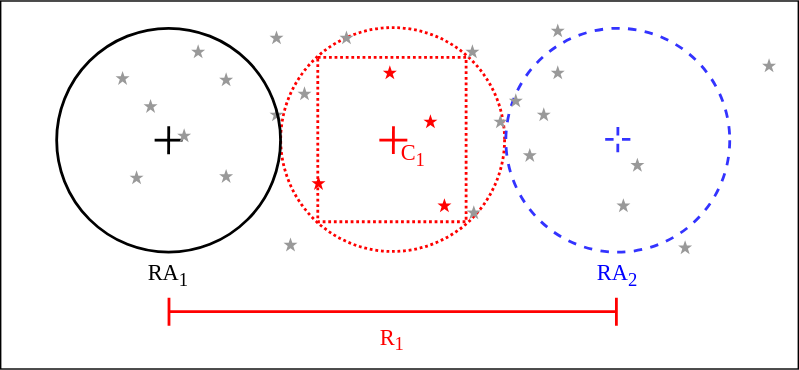
This is docs/diagrams/vlass_6b.svg from COSMIC-SETI/cosmic-vla-automator, a draw.io export, as it was before one commit. Source tidied: cells renumbered, new cells last; positions are measured from the earlier drawing's top-left corner, leaving out a move shared by most shapes. The source it was exported from:
```xml
<mxGraphModel>
  <root>
    <mxCell id="0" />
    <mxCell id="1" parent="0" />
    <mxCell id="2" style="rounded=0;whiteSpace=wrap;html=1;" parent="1" vertex="1">
      <mxGeometry width="570" height="263" as="geometry" />
    </mxCell>
    <mxCell id="3" style="rounded=0;whiteSpace=wrap;html=1;strokeColor=#FF0000;strokeWidth=2;fontColor=#FF8000;fillColor=none;dashed=1;dashPattern=1 1;" parent="1" vertex="1">
      <mxGeometry x="226.6" y="40.2" width="106" height="117.5" as="geometry" />
    </mxCell>
    <mxCell id="4" style="ellipse;whiteSpace=wrap;html=1;fillColor=none;strokeColor=#FF0000;strokeWidth=2;dashed=1;dashPattern=1 1;" parent="1" vertex="1">
      <mxGeometry x="200.1" y="19" width="160" height="160" as="geometry" />
    </mxCell>
    <mxCell id="5" style="dashed=0;verticalLabelPosition=bottom;verticalAlign=top;align=center;shape=mxgraph.gmdl.star;strokeColor=none;fillColor=#FF0000;shadow=0;sketch=0;dashPattern=1 1;strokeWidth=2;fontFamily=Garamond;fontSize=16;fontColor=#FF0000;" parent="1" vertex="1">
      <mxGeometry x="312.1" y="141" width="10" height="10" as="geometry" />
    </mxCell>
    <mxCell id="6" style="ellipse;whiteSpace=wrap;html=1;fillColor=none;strokeWidth=2;dashed=1;strokeColor=#3333FF;" parent="1" vertex="1">
      <mxGeometry x="361" y="19.5" width="160" height="160" as="geometry" />
    </mxCell>
    <mxCell id="7" style="endArrow=none;html=1;rounded=0;strokeColor=#000000;strokeWidth=2;fontFamily=Garamond;fontSize=12;fontColor=#000000;endSize=3;exitX=0.188;exitY=0.438;exitDx=0;exitDy=0;exitPerimeter=0;" parent="1" edge="1">
      <mxGeometry relative="1" as="geometry">
        <mxPoint x="120.1" y="89.5" as="sourcePoint" />
        <mxPoint x="120" y="109.5" as="targetPoint" />
      </mxGeometry>
    </mxCell>
    <mxCell id="8" style="endArrow=none;html=1;rounded=0;strokeColor=#000000;strokeWidth=2;fontFamily=Garamond;fontSize=12;fontColor=#000000;endSize=3;exitX=0.375;exitY=0.625;exitDx=0;exitDy=0;exitPerimeter=0;" parent="1" edge="1">
      <mxGeometry relative="1" as="geometry">
        <mxPoint x="130" y="99.5" as="sourcePoint" />
        <mxPoint x="110" y="99.5" as="targetPoint" />
      </mxGeometry>
    </mxCell>
    <mxCell id="9" style="endArrow=none;html=1;rounded=0;strokeColor=#3333FF;strokeWidth=2;fontFamily=Garamond;fontSize=12;fontColor=#000000;endSize=3;exitX=0.188;exitY=0.438;exitDx=0;exitDy=0;exitPerimeter=0;dashed=1;" parent="1" edge="1">
      <mxGeometry relative="1" as="geometry">
        <mxPoint x="441.1" y="90" as="sourcePoint" />
        <mxPoint x="441" y="110" as="targetPoint" />
      </mxGeometry>
    </mxCell>
    <mxCell id="10" style="endArrow=none;html=1;rounded=0;strokeColor=#3333FF;strokeWidth=2;fontFamily=Garamond;fontSize=12;fontColor=#000000;endSize=3;exitX=0.375;exitY=0.625;exitDx=0;exitDy=0;exitPerimeter=0;dashed=1;" parent="1" edge="1">
      <mxGeometry relative="1" as="geometry">
        <mxPoint x="450" y="99" as="sourcePoint" />
        <mxPoint x="430" y="99" as="targetPoint" />
      </mxGeometry>
    </mxCell>
    <mxCell id="11" style="dashed=0;verticalLabelPosition=bottom;verticalAlign=top;align=center;shape=mxgraph.gmdl.star;strokeColor=none;fillColor=#FF0000;shadow=0;sketch=0;dashPattern=1 1;strokeWidth=2;fontFamily=Garamond;fontSize=16;fontColor=#FF0000;" parent="1" vertex="1">
      <mxGeometry x="302.1" y="81" width="10" height="10" as="geometry" />
    </mxCell>
    <mxCell id="12" style="dashed=0;verticalLabelPosition=bottom;verticalAlign=top;align=center;shape=mxgraph.gmdl.star;strokeColor=none;fillColor=#999999;shadow=0;sketch=0;dashPattern=1 1;strokeWidth=2;fontFamily=Garamond;fontSize=16;fontColor=#FF0000;" parent="1" vertex="1">
      <mxGeometry x="212.1" y="61" width="10" height="10" as="geometry" />
    </mxCell>
    <mxCell id="13" style="dashed=0;verticalLabelPosition=bottom;verticalAlign=top;align=center;shape=mxgraph.gmdl.star;strokeColor=none;fillColor=#999999;shadow=0;sketch=0;dashPattern=1 1;strokeWidth=2;fontFamily=Garamond;fontSize=16;fontColor=#FF0000;" parent="1" vertex="1">
      <mxGeometry x="156.1" y="51" width="10" height="10" as="geometry" />
    </mxCell>
    <mxCell id="14" style="dashed=0;verticalLabelPosition=bottom;verticalAlign=top;align=center;shape=mxgraph.gmdl.star;strokeColor=none;fillColor=#999999;shadow=0;sketch=0;dashPattern=1 1;strokeWidth=2;fontFamily=Garamond;fontSize=16;fontColor=#FF0000;" parent="1" vertex="1">
      <mxGeometry x="192.1" y="21" width="10" height="10" as="geometry" />
    </mxCell>
    <mxCell id="15" style="dashed=0;verticalLabelPosition=bottom;verticalAlign=top;align=center;shape=mxgraph.gmdl.star;strokeColor=none;fillColor=#999999;shadow=0;sketch=0;dashPattern=1 1;strokeWidth=2;fontFamily=Garamond;fontSize=16;fontColor=#FF0000;" parent="1" vertex="1">
      <mxGeometry x="192.1" y="76" width="10" height="10" as="geometry" />
    </mxCell>
    <mxCell id="16" style="dashed=0;verticalLabelPosition=bottom;verticalAlign=top;align=center;shape=mxgraph.gmdl.star;strokeColor=none;fillColor=#999999;shadow=0;sketch=0;dashPattern=1 1;strokeWidth=2;fontFamily=Garamond;fontSize=16;fontColor=#FF0000;" parent="1" vertex="1">
      <mxGeometry x="242.1" y="21" width="10" height="10" as="geometry" />
    </mxCell>
    <mxCell id="17" style="dashed=0;verticalLabelPosition=bottom;verticalAlign=top;align=center;shape=mxgraph.gmdl.star;strokeColor=none;fillColor=#999999;shadow=0;sketch=0;dashPattern=1 1;strokeWidth=2;fontFamily=Garamond;fontSize=16;fontColor=#FF0000;" parent="1" vertex="1">
      <mxGeometry x="136.1" y="31" width="10" height="10" as="geometry" />
    </mxCell>
    <mxCell id="18" style="dashed=0;verticalLabelPosition=bottom;verticalAlign=top;align=center;shape=mxgraph.gmdl.star;strokeColor=none;fillColor=#999999;shadow=0;sketch=0;dashPattern=1 1;strokeWidth=2;fontFamily=Garamond;fontSize=16;fontColor=#FF0000;" parent="1" vertex="1">
      <mxGeometry x="126.1" y="91" width="10" height="10" as="geometry" />
    </mxCell>
    <mxCell id="19" style="dashed=0;verticalLabelPosition=bottom;verticalAlign=top;align=center;shape=mxgraph.gmdl.star;strokeColor=none;fillColor=#999999;shadow=0;sketch=0;dashPattern=1 1;strokeWidth=2;fontFamily=Garamond;fontSize=16;fontColor=#FF0000;" parent="1" vertex="1">
      <mxGeometry x="202.1" y="169" width="10" height="10" as="geometry" />
    </mxCell>
    <mxCell id="20" style="dashed=0;verticalLabelPosition=bottom;verticalAlign=top;align=center;shape=mxgraph.gmdl.star;strokeColor=none;fillColor=#FF0000;shadow=0;sketch=0;dashPattern=1 1;strokeWidth=2;fontFamily=Garamond;fontSize=16;fontColor=#FF0000;" parent="1" vertex="1">
      <mxGeometry x="222.1" y="125" width="10" height="10" as="geometry" />
    </mxCell>
    <mxCell id="21" style="dashed=0;verticalLabelPosition=bottom;verticalAlign=top;align=center;shape=mxgraph.gmdl.star;strokeColor=none;fillColor=#999999;shadow=0;sketch=0;dashPattern=1 1;strokeWidth=2;fontFamily=Garamond;fontSize=16;fontColor=#FF0000;" parent="1" vertex="1">
      <mxGeometry x="156.1" y="120" width="10" height="10" as="geometry" />
    </mxCell>
    <mxCell id="22" style="dashed=0;verticalLabelPosition=bottom;verticalAlign=top;align=center;shape=mxgraph.gmdl.star;strokeColor=none;fillColor=#999999;shadow=0;sketch=0;dashPattern=1 1;strokeWidth=2;fontFamily=Garamond;fontSize=16;fontColor=#FF0000;" parent="1" vertex="1">
      <mxGeometry x="332.1" y="31" width="10" height="10" as="geometry" />
    </mxCell>
    <mxCell id="23" style="dashed=0;verticalLabelPosition=bottom;verticalAlign=top;align=center;shape=mxgraph.gmdl.star;strokeColor=none;fillColor=#999999;shadow=0;sketch=0;dashPattern=1 1;strokeWidth=2;fontFamily=Garamond;fontSize=16;fontColor=#FF0000;" parent="1" vertex="1">
      <mxGeometry x="333.1" y="146" width="10" height="10" as="geometry" />
    </mxCell>
    <mxCell id="24" style="dashed=0;verticalLabelPosition=bottom;verticalAlign=top;align=center;shape=mxgraph.gmdl.star;strokeColor=none;fillColor=#999999;shadow=0;sketch=0;dashPattern=1 1;strokeWidth=2;fontFamily=Garamond;fontSize=16;fontColor=#FF0000;" parent="1" vertex="1">
      <mxGeometry x="373.1" y="105" width="10" height="10" as="geometry" />
    </mxCell>
    <mxCell id="25" style="dashed=0;verticalLabelPosition=bottom;verticalAlign=top;align=center;shape=mxgraph.gmdl.star;strokeColor=none;fillColor=#999999;shadow=0;sketch=0;dashPattern=1 1;strokeWidth=2;fontFamily=Garamond;fontSize=16;fontColor=#FF0000;" parent="1" vertex="1">
      <mxGeometry x="352.1" y="81" width="10" height="10" as="geometry" />
    </mxCell>
    <mxCell id="26" style="dashed=0;verticalLabelPosition=bottom;verticalAlign=top;align=center;shape=mxgraph.gmdl.star;strokeColor=none;fillColor=#999999;shadow=0;sketch=0;dashPattern=1 1;strokeWidth=2;fontFamily=Garamond;fontSize=16;fontColor=#FF0000;" parent="1" vertex="1">
      <mxGeometry x="363.1" y="66" width="10" height="10" as="geometry" />
    </mxCell>
    <mxCell id="27" style="dashed=0;verticalLabelPosition=bottom;verticalAlign=top;align=center;shape=mxgraph.gmdl.star;strokeColor=none;fillColor=#FF0000;shadow=0;sketch=0;dashPattern=1 1;strokeWidth=2;fontFamily=Garamond;fontSize=16;fontColor=#FF0000;" parent="1" vertex="1">
      <mxGeometry x="273.1" y="46" width="10" height="10" as="geometry" />
    </mxCell>
    <mxCell id="28" style="dashed=0;verticalLabelPosition=bottom;verticalAlign=top;align=center;shape=mxgraph.gmdl.star;strokeColor=none;fillColor=#999999;shadow=0;sketch=0;dashPattern=1 1;strokeWidth=2;fontFamily=Garamond;fontSize=16;fontColor=#FF0000;" parent="1" vertex="1">
      <mxGeometry x="102.1" y="70" width="10" height="10" as="geometry" />
    </mxCell>
    <mxCell id="29" style="dashed=0;verticalLabelPosition=bottom;verticalAlign=top;align=center;shape=mxgraph.gmdl.star;strokeColor=none;fillColor=#999999;shadow=0;sketch=0;dashPattern=1 1;strokeWidth=2;fontFamily=Garamond;fontSize=16;fontColor=#FF0000;" parent="1" vertex="1">
      <mxGeometry x="82.1" y="50" width="10" height="10" as="geometry" />
    </mxCell>
    <mxCell id="30" style="dashed=0;verticalLabelPosition=bottom;verticalAlign=top;align=center;shape=mxgraph.gmdl.star;strokeColor=none;fillColor=#999999;shadow=0;sketch=0;dashPattern=1 1;strokeWidth=2;fontFamily=Garamond;fontSize=16;fontColor=#FF0000;" parent="1" vertex="1">
      <mxGeometry x="393.1" y="16" width="10" height="10" as="geometry" />
    </mxCell>
    <mxCell id="31" style="dashed=0;verticalLabelPosition=bottom;verticalAlign=top;align=center;shape=mxgraph.gmdl.star;strokeColor=none;fillColor=#999999;shadow=0;sketch=0;dashPattern=1 1;strokeWidth=2;fontFamily=Garamond;fontSize=16;fontColor=#FF0000;" parent="1" vertex="1">
      <mxGeometry x="383.1" y="76" width="10" height="10" as="geometry" />
    </mxCell>
    <mxCell id="32" style="dashed=0;verticalLabelPosition=bottom;verticalAlign=top;align=center;shape=mxgraph.gmdl.star;strokeColor=none;fillColor=#999999;shadow=0;sketch=0;dashPattern=1 1;strokeWidth=2;fontFamily=Garamond;fontSize=16;fontColor=#FF0000;" parent="1" vertex="1">
      <mxGeometry x="92.1" y="121" width="10" height="10" as="geometry" />
    </mxCell>
    <mxCell id="33" style="endArrow=none;html=1;rounded=0;strokeColor=#FF0000;strokeWidth=2;fontFamily=Garamond;fontSize=12;fontColor=#000000;endSize=3;exitX=0.188;exitY=0.438;exitDx=0;exitDy=0;exitPerimeter=0;" parent="1" edge="1">
      <mxGeometry relative="1" as="geometry">
        <mxPoint x="280.7" y="89.5" as="sourcePoint" />
        <mxPoint x="280.6" y="109.4" as="targetPoint" />
      </mxGeometry>
    </mxCell>
    <mxCell id="34" style="endArrow=none;html=1;rounded=0;strokeColor=#FF0000;strokeWidth=2;fontFamily=Garamond;fontSize=12;fontColor=#000000;endSize=3;exitX=0.375;exitY=0.625;exitDx=0;exitDy=0;exitPerimeter=0;" parent="1" edge="1">
      <mxGeometry relative="1" as="geometry">
        <mxPoint x="290.6" y="99.4" as="sourcePoint" />
        <mxPoint x="270.6" y="99.4" as="targetPoint" />
      </mxGeometry>
    </mxCell>
    <mxCell id="35" value="&lt;font style=&quot;font-size: 16px;&quot; face=&quot;Garamond&quot; color=&quot;#FF0000&quot;&gt;C&lt;sub&gt;1&lt;/sub&gt;&lt;/font&gt;" style="text;html=1;strokeColor=none;fillColor=none;align=center;verticalAlign=middle;whiteSpace=wrap;rounded=0;" parent="1" vertex="1">
      <mxGeometry x="284.6" y="100.5" width="20" height="20" as="geometry" />
    </mxCell>
    <mxCell id="36" style="shape=crossbar;whiteSpace=wrap;html=1;rounded=1;strokeColor=#FF0000;strokeWidth=2;fillColor=#FF0000;" parent="1" vertex="1">
      <mxGeometry x="120.3" y="212" width="319.7" height="20" as="geometry" />
    </mxCell>
    <mxCell id="37" value="&lt;font style=&quot;font-size: 16px;&quot; face=&quot;Garamond&quot; color=&quot;#FF0000&quot;&gt;R&lt;sub&gt;1&lt;/sub&gt;&lt;/font&gt;" style="text;html=1;strokeColor=none;fillColor=none;align=center;verticalAlign=middle;whiteSpace=wrap;rounded=0;" parent="1" vertex="1">
      <mxGeometry x="270.1" y="232" width="20" height="20" as="geometry" />
    </mxCell>
    <mxCell id="38" value="&lt;font style=&quot;font-size: 16px;&quot; face=&quot;Garamond&quot;&gt;RA&lt;sub&gt;1&lt;/sub&gt;&lt;/font&gt;" style="text;html=1;strokeColor=none;fillColor=none;align=center;verticalAlign=middle;whiteSpace=wrap;rounded=0;" parent="1" vertex="1">
      <mxGeometry x="90" y="186" width="60" height="20" as="geometry" />
    </mxCell>
    <mxCell id="39" value="&lt;font style=&quot;font-size: 16px;&quot; face=&quot;Garamond&quot; color=&quot;#0000FF&quot;&gt;RA&lt;sub&gt;2&lt;/sub&gt;&lt;/font&gt;" style="text;html=1;strokeColor=none;fillColor=none;align=center;verticalAlign=middle;whiteSpace=wrap;rounded=0;" parent="1" vertex="1">
      <mxGeometry x="411" y="186" width="60" height="20" as="geometry" />
    </mxCell>
    <mxCell id="40" style="ellipse;whiteSpace=wrap;html=1;fillColor=none;strokeWidth=2;" parent="1" vertex="1">
      <mxGeometry x="40" y="19.5" width="160" height="160" as="geometry" />
    </mxCell>
    <mxCell id="41" style="dashed=0;verticalLabelPosition=bottom;verticalAlign=top;align=center;shape=mxgraph.gmdl.star;strokeColor=none;fillColor=#999999;shadow=0;sketch=0;dashPattern=1 1;strokeWidth=2;fontFamily=Garamond;fontSize=16;fontColor=#FF0000;" parent="1" vertex="1">
      <mxGeometry x="393.1" y="46" width="10" height="10" as="geometry" />
    </mxCell>
    <mxCell id="42" style="dashed=0;verticalLabelPosition=bottom;verticalAlign=top;align=center;shape=mxgraph.gmdl.star;strokeColor=none;fillColor=#999999;shadow=0;sketch=0;dashPattern=1 1;strokeWidth=2;fontFamily=Garamond;fontSize=16;fontColor=#FF0000;" parent="1" vertex="1">
      <mxGeometry x="484.1" y="171" width="10" height="10" as="geometry" />
    </mxCell>
    <mxCell id="43" style="dashed=0;verticalLabelPosition=bottom;verticalAlign=top;align=center;shape=mxgraph.gmdl.star;strokeColor=none;fillColor=#999999;shadow=0;sketch=0;dashPattern=1 1;strokeWidth=2;fontFamily=Garamond;fontSize=16;fontColor=#FF0000;" parent="1" vertex="1">
      <mxGeometry x="544.1" y="41" width="10" height="10" as="geometry" />
    </mxCell>
    <mxCell id="44" style="dashed=0;verticalLabelPosition=bottom;verticalAlign=top;align=center;shape=mxgraph.gmdl.star;strokeColor=none;fillColor=#999999;shadow=0;sketch=0;dashPattern=1 1;strokeWidth=2;fontFamily=Garamond;fontSize=16;fontColor=#FF0000;" parent="1" vertex="1">
      <mxGeometry x="440" y="141" width="10" height="10" as="geometry" />
    </mxCell>
    <mxCell id="45" style="dashed=0;verticalLabelPosition=bottom;verticalAlign=top;align=center;shape=mxgraph.gmdl.star;strokeColor=none;fillColor=#999999;shadow=0;sketch=0;dashPattern=1 1;strokeWidth=2;fontFamily=Garamond;fontSize=16;fontColor=#FF0000;" parent="1" vertex="1">
      <mxGeometry x="450" y="112" width="10" height="10" as="geometry" />
    </mxCell>
  </root>
</mxGraphModel>
```
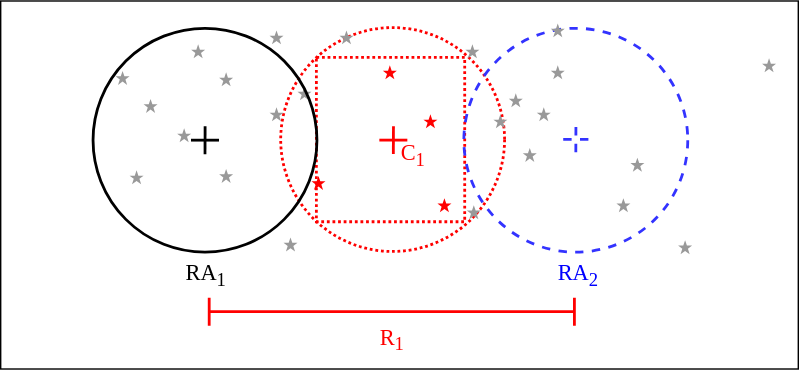
Above is the later version.

Change to the diagram source:
```diff
@@ -2,43 +2,31 @@
   <root>
     <mxCell id="0" />
     <mxCell id="1" parent="0" />
-    <mxCell id="2" style="rounded=0;whiteSpace=wrap;html=1;" parent="1" vertex="1">
+    <mxCell id="2" style="rounded=0;whiteSpace=wrap;html=1;fillColor=default;" parent="1" vertex="1">
       <mxGeometry width="570" height="263" as="geometry" />
     </mxCell>
+    <mxCell id="4" style="ellipse;whiteSpace=wrap;html=1;fillColor=none;strokeColor=#FF0000;strokeWidth=2;dashed=1;dashPattern=1 1;" parent="1" vertex="1">
+      <mxGeometry x="200.1" y="19" width="160" height="160" as="geometry" />
+    </mxCell>
     <mxCell id="3" style="rounded=0;whiteSpace=wrap;html=1;strokeColor=#FF0000;strokeWidth=2;fontColor=#FF8000;fillColor=none;dashed=1;dashPattern=1 1;" parent="1" vertex="1">
-      <mxGeometry x="226.6" y="40.2" width="106" height="117.5" as="geometry" />
+      <mxGeometry x="225.6" y="40.2" width="106" height="117.5" as="geometry" />
     </mxCell>
-    <mxCell id="4" style="ellipse;whiteSpace=wrap;html=1;fillColor=none;strokeColor=#FF0000;strokeWidth=2;dashed=1;dashPattern=1 1;" parent="1" vertex="1">
-      <mxGeometry x="200.1" y="19" width="160" height="160" as="geometry" />
-    </mxCell>
     <mxCell id="5" style="dashed=0;verticalLabelPosition=bottom;verticalAlign=top;align=center;shape=mxgraph.gmdl.star;strokeColor=none;fillColor=#FF0000;shadow=0;sketch=0;dashPattern=1 1;strokeWidth=2;fontFamily=Garamond;fontSize=16;fontColor=#FF0000;" parent="1" vertex="1">
       <mxGeometry x="312.1" y="141" width="10" height="10" as="geometry" />
     </mxCell>
     <mxCell id="6" style="ellipse;whiteSpace=wrap;html=1;fillColor=none;strokeWidth=2;dashed=1;strokeColor=#3333FF;" parent="1" vertex="1">
-      <mxGeometry x="361" y="19.5" width="160" height="160" as="geometry" />
+      <mxGeometry x="331" y="19.5" width="160" height="160" as="geometry" />
     </mxCell>
-    <mxCell id="7" style="endArrow=none;html=1;rounded=0;strokeColor=#000000;strokeWidth=2;fontFamily=Garamond;fontSize=12;fontColor=#000000;endSize=3;exitX=0.188;exitY=0.438;exitDx=0;exitDy=0;exitPerimeter=0;" parent="1" edge="1">
-      <mxGeometry relative="1" as="geometry">
-        <mxPoint x="120.1" y="89.5" as="sourcePoint" />
-        <mxPoint x="120" y="109.5" as="targetPoint" />
-      </mxGeometry>
-    </mxCell>
-    <mxCell id="8" style="endArrow=none;html=1;rounded=0;strokeColor=#000000;strokeWidth=2;fontFamily=Garamond;fontSize=12;fontColor=#000000;endSize=3;exitX=0.375;exitY=0.625;exitDx=0;exitDy=0;exitPerimeter=0;" parent="1" edge="1">
-      <mxGeometry relative="1" as="geometry">
-        <mxPoint x="130" y="99.5" as="sourcePoint" />
-        <mxPoint x="110" y="99.5" as="targetPoint" />
-      </mxGeometry>
-    </mxCell>
     <mxCell id="9" style="endArrow=none;html=1;rounded=0;strokeColor=#3333FF;strokeWidth=2;fontFamily=Garamond;fontSize=12;fontColor=#000000;endSize=3;exitX=0.188;exitY=0.438;exitDx=0;exitDy=0;exitPerimeter=0;dashed=1;" parent="1" edge="1">
       <mxGeometry relative="1" as="geometry">
-        <mxPoint x="441.1" y="90" as="sourcePoint" />
-        <mxPoint x="441" y="110" as="targetPoint" />
+        <mxPoint x="411.1" y="90" as="sourcePoint" />
+        <mxPoint x="411" y="110" as="targetPoint" />
       </mxGeometry>
     </mxCell>
     <mxCell id="10" style="endArrow=none;html=1;rounded=0;strokeColor=#3333FF;strokeWidth=2;fontFamily=Garamond;fontSize=12;fontColor=#000000;endSize=3;exitX=0.375;exitY=0.625;exitDx=0;exitDy=0;exitPerimeter=0;dashed=1;" parent="1" edge="1">
       <mxGeometry relative="1" as="geometry">
-        <mxPoint x="450" y="99" as="sourcePoint" />
-        <mxPoint x="430" y="99" as="targetPoint" />
+        <mxPoint x="420" y="99" as="sourcePoint" />
+        <mxPoint x="400" y="99" as="targetPoint" />
       </mxGeometry>
     </mxCell>
     <mxCell id="11" style="dashed=0;verticalLabelPosition=bottom;verticalAlign=top;align=center;shape=mxgraph.gmdl.star;strokeColor=none;fillColor=#FF0000;shadow=0;sketch=0;dashPattern=1 1;strokeWidth=2;fontFamily=Garamond;fontSize=16;fontColor=#FF0000;" parent="1" vertex="1">
@@ -123,20 +111,17 @@
       <mxGeometry x="284.6" y="100.5" width="20" height="20" as="geometry" />
     </mxCell>
     <mxCell id="36" style="shape=crossbar;whiteSpace=wrap;html=1;rounded=1;strokeColor=#FF0000;strokeWidth=2;fillColor=#FF0000;" parent="1" vertex="1">
-      <mxGeometry x="120.3" y="212" width="319.7" height="20" as="geometry" />
+      <mxGeometry x="149" y="212" width="261" height="20" as="geometry" />
     </mxCell>
     <mxCell id="37" value="&lt;font style=&quot;font-size: 16px;&quot; face=&quot;Garamond&quot; color=&quot;#FF0000&quot;&gt;R&lt;sub&gt;1&lt;/sub&gt;&lt;/font&gt;" style="text;html=1;strokeColor=none;fillColor=none;align=center;verticalAlign=middle;whiteSpace=wrap;rounded=0;" parent="1" vertex="1">
       <mxGeometry x="270.1" y="232" width="20" height="20" as="geometry" />
     </mxCell>
     <mxCell id="38" value="&lt;font style=&quot;font-size: 16px;&quot; face=&quot;Garamond&quot;&gt;RA&lt;sub&gt;1&lt;/sub&gt;&lt;/font&gt;" style="text;html=1;strokeColor=none;fillColor=none;align=center;verticalAlign=middle;whiteSpace=wrap;rounded=0;" parent="1" vertex="1">
-      <mxGeometry x="90" y="186" width="60" height="20" as="geometry" />
+      <mxGeometry x="117" y="186" width="60" height="20" as="geometry" />
     </mxCell>
     <mxCell id="39" value="&lt;font style=&quot;font-size: 16px;&quot; face=&quot;Garamond&quot; color=&quot;#0000FF&quot;&gt;RA&lt;sub&gt;2&lt;/sub&gt;&lt;/font&gt;" style="text;html=1;strokeColor=none;fillColor=none;align=center;verticalAlign=middle;whiteSpace=wrap;rounded=0;" parent="1" vertex="1">
-      <mxGeometry x="411" y="186" width="60" height="20" as="geometry" />
+      <mxGeometry x="383.1" y="186" width="60" height="20" as="geometry" />
     </mxCell>
-    <mxCell id="40" style="ellipse;whiteSpace=wrap;html=1;fillColor=none;strokeWidth=2;" parent="1" vertex="1">
-      <mxGeometry x="40" y="19.5" width="160" height="160" as="geometry" />
-    </mxCell>
     <mxCell id="41" style="dashed=0;verticalLabelPosition=bottom;verticalAlign=top;align=center;shape=mxgraph.gmdl.star;strokeColor=none;fillColor=#999999;shadow=0;sketch=0;dashPattern=1 1;strokeWidth=2;fontFamily=Garamond;fontSize=16;fontColor=#FF0000;" parent="1" vertex="1">
       <mxGeometry x="393.1" y="46" width="10" height="10" as="geometry" />
     </mxCell>
@@ -152,5 +137,20 @@
     <mxCell id="45" style="dashed=0;verticalLabelPosition=bottom;verticalAlign=top;align=center;shape=mxgraph.gmdl.star;strokeColor=none;fillColor=#999999;shadow=0;sketch=0;dashPattern=1 1;strokeWidth=2;fontFamily=Garamond;fontSize=16;fontColor=#FF0000;" parent="1" vertex="1">
       <mxGeometry x="450" y="112" width="10" height="10" as="geometry" />
     </mxCell>
+    <mxCell id="46" style="ellipse;whiteSpace=wrap;html=1;fillColor=none;strokeWidth=2;" parent="1" vertex="1">
+      <mxGeometry x="66" y="19.5" width="160" height="160" as="geometry" />
+    </mxCell>
+    <mxCell id="7" style="endArrow=none;html=1;rounded=0;strokeColor=#000000;strokeWidth=2;fontFamily=Garamond;fontSize=12;fontColor=#000000;endSize=3;exitX=0.188;exitY=0.438;exitDx=0;exitDy=0;exitPerimeter=0;" parent="1" edge="1">
+      <mxGeometry relative="1" as="geometry">
+        <mxPoint x="146.1" y="89.5" as="sourcePoint" />
+        <mxPoint x="146" y="109.5" as="targetPoint" />
+      </mxGeometry>
+    </mxCell>
+    <mxCell id="8" style="endArrow=none;html=1;rounded=0;strokeColor=#000000;strokeWidth=2;fontFamily=Garamond;fontSize=12;fontColor=#000000;endSize=3;exitX=0.375;exitY=0.625;exitDx=0;exitDy=0;exitPerimeter=0;" parent="1" edge="1">
+      <mxGeometry relative="1" as="geometry">
+        <mxPoint x="156" y="99.5" as="sourcePoint" />
+        <mxPoint x="136" y="99.5" as="targetPoint" />
+      </mxGeometry>
+    </mxCell>
   </root>
 </mxGraphModel>
```
